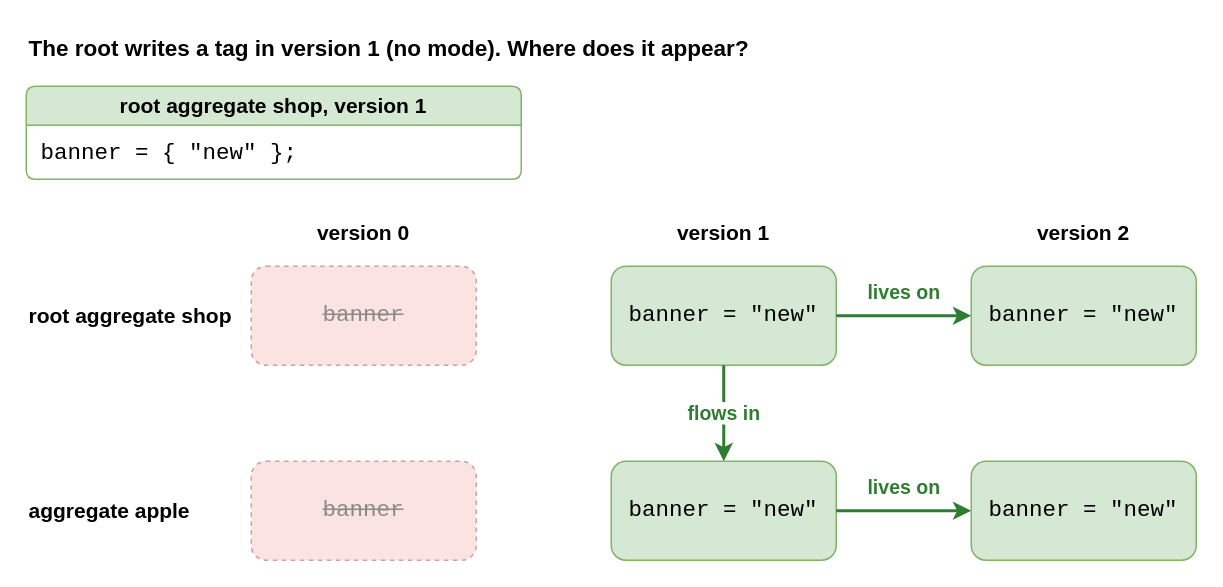
This is drawio/30_tag_mode_none.drawio from goloveshin/galimatron_doc, a draw.io file, before an edit. Source tidied: cells renumbered, new cells numbered last; positions are measured from the earlier drawing's top-left corner, leaving out a move shared by most shapes. Both pictures are drawn from the tidied source at 150%, with x=0, y=0 at pixel (26, 26).
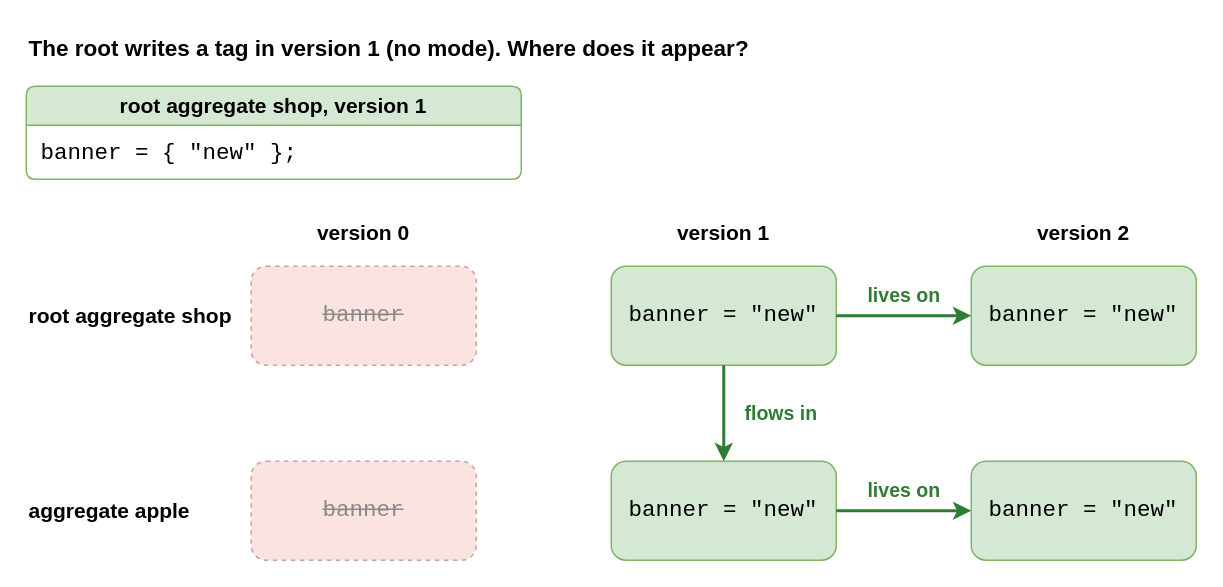
Above is the later version.

Unchanged cells that the change refers to:
```xml
<mxCell id="12" value="banner = &quot;new&quot;" style="rounded=1;whiteSpace=wrap;html=1;fillColor=#d5e8d4;strokeColor=#82b366;fontFamily=Courier New;fontSize=15;" parent="1" vertex="1">
  <mxGeometry x="390" y="160" width="150" height="66" as="geometry" />
</mxCell>
<mxCell id="13" value="banner = &quot;new&quot;" style="rounded=1;whiteSpace=wrap;html=1;fillColor=#d5e8d4;strokeColor=#82b366;fontFamily=Courier New;fontSize=15;" parent="1" vertex="1">
  <mxGeometry x="390" y="290" width="150" height="66" as="geometry" />
</mxCell>
<mxCell id="14" value="banner = &quot;new&quot;" style="rounded=1;whiteSpace=wrap;html=1;fillColor=#d5e8d4;strokeColor=#82b366;fontFamily=Courier New;fontSize=15;" parent="1" vertex="1">
  <mxGeometry x="630" y="160" width="150" height="66" as="geometry" />
</mxCell>
<mxCell id="15" value="banner = &quot;new&quot;" style="rounded=1;whiteSpace=wrap;html=1;fillColor=#d5e8d4;strokeColor=#82b366;fontFamily=Courier New;fontSize=15;" parent="1" vertex="1">
  <mxGeometry x="630" y="290" width="150" height="66" as="geometry" />
</mxCell>
```

Diff of the diagram source:
```diff
@@
-    <mxCell id="16" value="lives on" style="endArrow=classic;html=1;strokeWidth=2;strokeColor=#2e7d32;fontColor=#2e7d32;fontStyle=1;fontSize=13;labelBackgroundColor=#ffffff;edgeStyle=none;" parent="1" edge="1" source="12" target="14">
+    <mxCell id="16" value="lives on" style="endArrow=classic;html=1;strokeWidth=2;strokeColor=#2e7d32;fontColor=#2e7d32;fontStyle=1;fontSize=13;edgeStyle=none;" parent="1" edge="1" source="12" target="14">
       <mxGeometry relative="1" as="geometry">
-        <mxPoint y="-16" as="offset" />
+        <mxPoint y="-14" as="offset" />
       </mxGeometry>
     </mxCell>
-    <mxCell id="17" value="flows in" style="endArrow=classic;html=1;strokeWidth=2;strokeColor=#2e7d32;fontColor=#2e7d32;fontStyle=1;fontSize=13;labelBackgroundColor=#ffffff;edgeStyle=none;" parent="1" edge="1" source="12" target="13">
-      <mxGeometry relative="1" as="geometry" />
+    <mxCell id="17" value="flows in" style="endArrow=classic;html=1;strokeWidth=2;strokeColor=#2e7d32;fontColor=#2e7d32;fontStyle=1;fontSize=13;edgeStyle=none;" parent="1" edge="1" source="12" target="13">
+      <mxGeometry relative="1" as="geometry">
+        <mxPoint x="38" as="offset" />
+      </mxGeometry>
     </mxCell>
-    <mxCell id="18" value="lives on" style="endArrow=classic;html=1;strokeWidth=2;strokeColor=#2e7d32;fontColor=#2e7d32;fontStyle=1;fontSize=13;labelBackgroundColor=#ffffff;edgeStyle=none;" parent="1" edge="1" source="13" target="15">
+    <mxCell id="18" value="lives on" style="endArrow=classic;html=1;strokeWidth=2;strokeColor=#2e7d32;fontColor=#2e7d32;fontStyle=1;fontSize=13;edgeStyle=none;" parent="1" edge="1" source="13" target="15">
       <mxGeometry relative="1" as="geometry">
-        <mxPoint y="-16" as="offset" />
+        <mxPoint y="-14" as="offset" />
       </mxGeometry>
     </mxCell>
```
